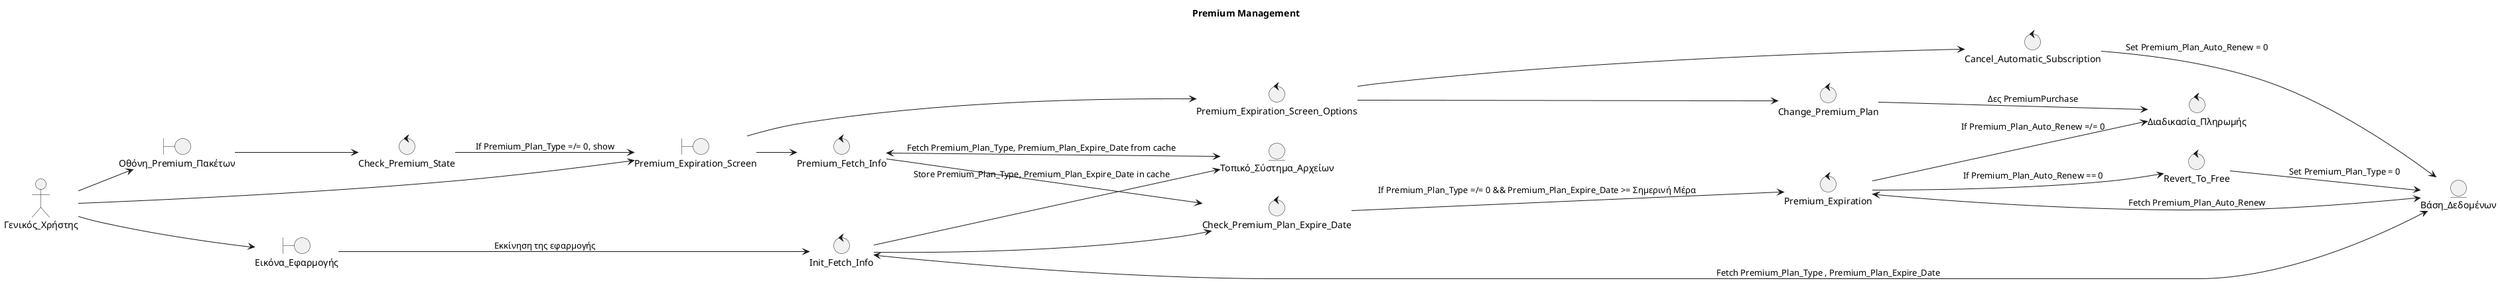
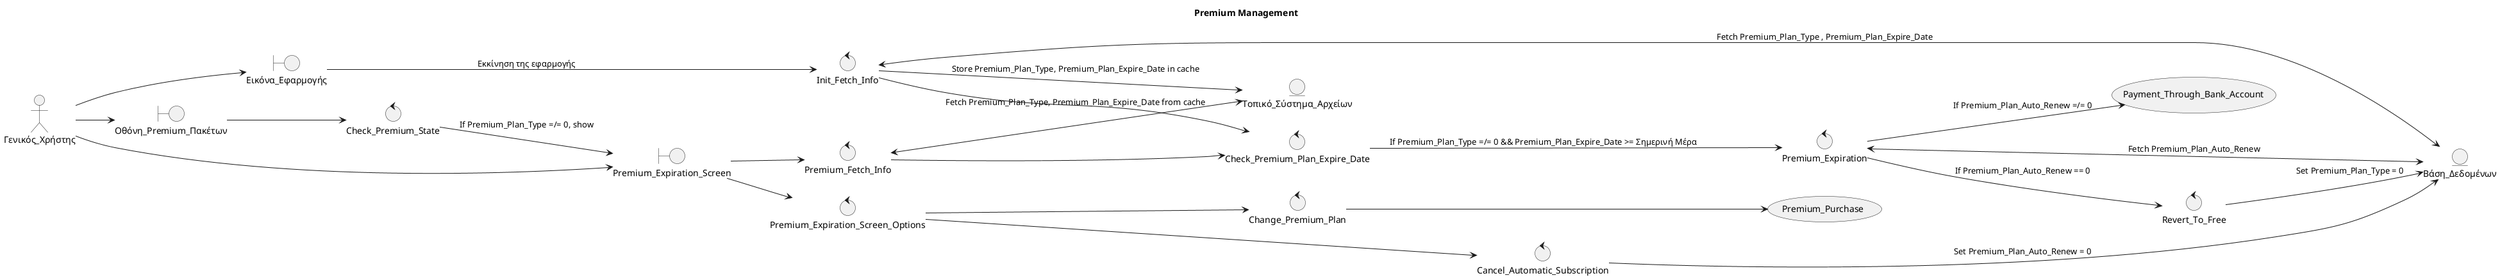
@startuml

title Premium Management

left to right direction

skinparam shadowing false
skinparam roundcorner 10

' =====================================================
' ACTORS
' =====================================================

actor Γενικός_Χρήστης

' =====================================================
' BOUNDARY OBJECTS
' =====================================================

boundary Οθόνη_Premium_Πακέτων
boundary Premium_Expiration_Screen
boundary Εικόνα_Εφαρμογής

' =====================================================
' CONTROL OBJECTS
' =====================================================

control Premium_Expiration
control Check_Premium_State
control Premium_Expiration_Screen_Options
control Cancel_Automatic_Subscription
control Change_Premium_Plan
- control Διαδικασία_Πληρωμής
control Check_Premium_Plan_Expire_Date
control Revert_To_Free
control Init_Fetch_Info
control Premium_Fetch_Info

' =====================================================
' ENTITY OBJECTS
' =====================================================

entity Βάση_Δεδομένων
entity Τοπικό_Σύστημα_Αρχείων
+ 
+ ' =====================================================
+ ' USE CASES
+ ' =====================================================
+ 
+ usecase Payment_Through_Bank_Account
+ usecase Premium_Purchase

' =====================================================
' INTERACTIONS
' =====================================================

Γενικός_Χρήστης --> Οθόνη_Premium_Πακέτων
Οθόνη_Premium_Πακέτων --> Check_Premium_State
Check_Premium_State --> Premium_Expiration_Screen : If Premium_Plan_Type =/= 0, show
Γενικός_Χρήστης --> Premium_Expiration_Screen
Premium_Expiration_Screen --> Premium_Fetch_Info
Premium_Fetch_Info <--> Τοπικό_Σύστημα_Αρχείων: Fetch Premium_Plan_Type, Premium_Plan_Expire_Date from cache
Premium_Fetch_Info --> Check_Premium_Plan_Expire_Date
Premium_Expiration_Screen --> Premium_Expiration_Screen_Options
Premium_Expiration_Screen_Options --> Cancel_Automatic_Subscription
Cancel_Automatic_Subscription --> Βάση_Δεδομένων : Set Premium_Plan_Auto_Renew = 0

Premium_Expiration_Screen_Options --> Change_Premium_Plan
- Change_Premium_Plan --> Διαδικασία_Πληρωμής : Δες PremiumPurchase
+ Change_Premium_Plan --> Premium_Purchase

Γενικός_Χρήστης --> Εικόνα_Εφαρμογής
Εικόνα_Εφαρμογής --> Init_Fetch_Info : Εκκίνηση της εφαρμογής
Init_Fetch_Info <--> Βάση_Δεδομένων : Fetch Premium_Plan_Type , Premium_Plan_Expire_Date
Init_Fetch_Info --> Τοπικό_Σύστημα_Αρχείων : Store Premium_Plan_Type, Premium_Plan_Expire_Date in cache
Init_Fetch_Info --> Check_Premium_Plan_Expire_Date
Check_Premium_Plan_Expire_Date --> Premium_Expiration : If Premium_Plan_Type =/= 0 && Premium_Plan_Expire_Date >= Σημερινή Μέρα
Premium_Expiration <--> Βάση_Δεδομένων : Fetch Premium_Plan_Auto_Renew
Premium_Expiration --> Revert_To_Free : If Premium_Plan_Auto_Renew == 0
- Premium_Expiration --> Διαδικασία_Πληρωμής : If Premium_Plan_Auto_Renew =/= 0
+ Premium_Expiration --> Payment_Through_Bank_Account : If Premium_Plan_Auto_Renew =/= 0
Revert_To_Free --> Βάση_Δεδομένων : Set Premium_Plan_Type = 0




@enduml